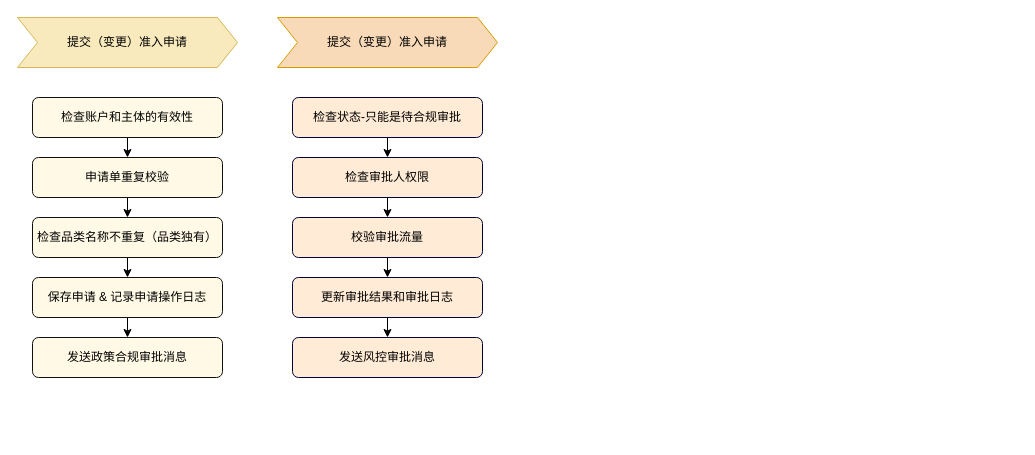
The draw.io diagram review/准入申请审批流程.drawio in IntronCheng/mydraw, before the edit. Source tidied: cells renumbered, new cells numbered last; positions are measured from the earlier drawing's top-left corner, leaving out a move shared by most shapes. Both pictures are drawn from the tidied source at 100%, with x=0, y=0 at pixel (17, 17).
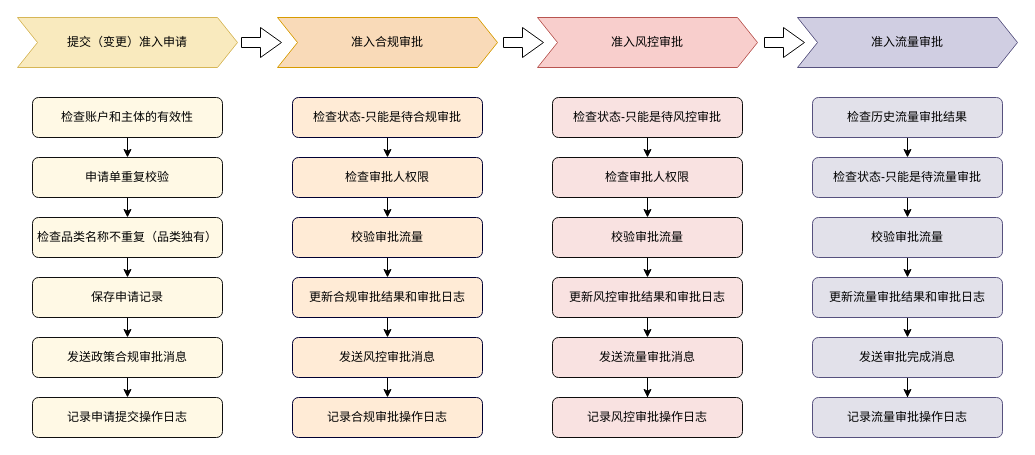
The same diagram, later.

Commit message:
更新准入申请审批流程.drawio

Unchanged cells that the change refers to:
```xml
<mxCell id="11" value="发送政策合规审批消息" style="rounded=1;whiteSpace=wrap;html=1;fillColor=#fff9e5;fontColor=default;strokeColor=#0f0f0f;" parent="1" vertex="1">
  <mxGeometry x="15" y="320" width="190" height="40" as="geometry" />
</mxCell>
<mxCell id="21" value="发送风控审批消息" style="rounded=1;whiteSpace=wrap;html=1;fillColor=#ffebd6;fontColor=default;strokeColor=#000033;" parent="1" vertex="1">
  <mxGeometry x="275" y="320" width="190" height="40" as="geometry" />
</mxCell>
```

Diff of the diagram source:
```diff
@@
-    <mxCell id="10" value="保存申请 &amp;amp; 记录申请操作日志" style="rounded=1;whiteSpace=wrap;html=1;fillColor=#fff9e5;fontColor=default;strokeColor=#0f0f0f;" parent="1" vertex="1">
+    <mxCell id="10" value="保存申请记录" style="rounded=1;whiteSpace=wrap;html=1;fillColor=#fff9e5;fontColor=default;strokeColor=#0f0f0f;" parent="1" vertex="1">
       <mxGeometry x="15" y="260" width="190" height="40" as="geometry" />
     </mxCell>
+    <mxCell id="22" style="edgeStyle=orthogonalEdgeStyle;rounded=0;jettySize=auto;html=1;exitX=0.5;exitY=1;exitDx=0;exitDy=0;entryX=0.5;entryY=0;entryDx=0;entryDy=0;" parent="1" edge="1" source="11" target="35">
+      <mxGeometry relative="1" as="geometry" />
+    </mxCell>
@@
-    <mxCell id="12" value="提交（变更）准入申请" style="shape=step;perimeter=stepPerimeter;whiteSpace=wrap;html=1;fixedSize=1;fillColor=#f9dab8;strokeColor=#d79b00;" parent="1" vertex="1">
+    <mxCell id="12" value="准入合规审批" style="shape=step;perimeter=stepPerimeter;whiteSpace=wrap;html=1;fixedSize=1;fillColor=#f9dab8;strokeColor=#d79b00;" parent="1" vertex="1">
       <mxGeometry x="260" width="220" height="50" as="geometry" />
     </mxCell>
@@
-    <mxCell id="20" value="更新审批结果和审批日志" style="rounded=1;whiteSpace=wrap;html=1;fillColor=#ffebd6;fontColor=default;strokeColor=#000033;" parent="1" vertex="1">
+    <mxCell id="20" value="更新合规审批结果和审批日志" style="rounded=1;whiteSpace=wrap;html=1;fillColor=#ffebd6;fontColor=default;strokeColor=#000033;" parent="1" vertex="1">
       <mxGeometry x="275" y="260" width="190" height="40" as="geometry" />
     </mxCell>
+    <mxCell id="23" style="edgeStyle=orthogonalEdgeStyle;rounded=0;jettySize=auto;html=1;exitX=0.5;exitY=1;exitDx=0;exitDy=0;entryX=0.5;entryY=0;entryDx=0;entryDy=0;" parent="1" edge="1" source="21" target="36">
+      <mxGeometry relative="1" as="geometry" />
+    </mxCell>
@@
+    <mxCell id="24" value="准入风控审批" style="shape=step;perimeter=stepPerimeter;whiteSpace=wrap;html=1;fixedSize=1;fillColor=#f8cecc;strokeColor=#b85450;" parent="1" vertex="1">
+      <mxGeometry x="520" width="220" height="50" as="geometry" />
+    </mxCell>
+    <mxCell id="25" style="edgeStyle=orthogonalEdgeStyle;rounded=0;jettySize=auto;html=1;exitX=0.5;exitY=1;exitDx=0;exitDy=0;entryX=0.5;entryY=0;entryDx=0;entryDy=0;" parent="1" edge="1" source="26" target="28">
+      <mxGeometry relative="1" as="geometry" />
+    </mxCell>
+    <mxCell id="26" value="&lt;div data-mind-map-text=&quot;[{&amp;quot;paragraphProps&amp;quot;:{&amp;quot;type&amp;quot;:&amp;quot;paragraph&amp;quot;,&amp;quot;textAlign&amp;quot;:0,&amp;quot;lineSpacing&amp;quot;:1.4},&amp;quot;isComplete&amp;quot;:true,&amp;quot;textProps&amp;quot;:[{&amp;quot;type&amp;quot;:&amp;quot;text&amp;quot;,&amp;quot;text&amp;quot;:&amp;quot;1. 检查状态-只能是待风控审批&amp;quot;,&amp;quot;color&amp;quot;:&amp;quot;#1f1f1f&amp;quot;,&amp;quot;fontWeight&amp;quot;:400,&amp;quot;fontSize&amp;quot;:14,&amp;quot;fontFamily&amp;quot;:&amp;quot;\&amp;quot;Helvetica Neue\&amp;quot;, Helvetica, \&amp;quot;PingFang SC\&amp;quot;, \&amp;quot;Microsoft YaHei\&amp;quot;, \&amp;quot;Source Han Sans SC\&amp;quot;, \&amp;quot;Noto Sans CJK SC\&amp;quot;, \&amp;quot;WenQuanYi Micro Hei\&amp;quot;, sans-serif&amp;quot;,&amp;quot;italic&amp;quot;:false,&amp;quot;underline&amp;quot;:false,&amp;quot;strike&amp;quot;:false}]}]&quot;&gt;检查状态-只能是待风控审批&lt;/div&gt;" style="rounded=1;whiteSpace=wrap;html=1;fillColor=#f9e2e1;strokeColor=#0d0c0c;" parent="1" vertex="1">
+      <mxGeometry x="535" y="80" width="190" height="40" as="geometry" />
+    </mxCell>
+    <mxCell id="27" style="edgeStyle=orthogonalEdgeStyle;rounded=0;jettySize=auto;html=1;exitX=0.5;exitY=1;exitDx=0;exitDy=0;entryX=0.5;entryY=0;entryDx=0;entryDy=0;" parent="1" edge="1" source="28" target="30">
+      <mxGeometry relative="1" as="geometry" />
+    </mxCell>
+    <mxCell id="28" value="&lt;div data-mind-map-text=&quot;[{&amp;quot;paragraphProps&amp;quot;:{&amp;quot;type&amp;quot;:&amp;quot;paragraph&amp;quot;,&amp;quot;textAlign&amp;quot;:0,&amp;quot;lineSpacing&amp;quot;:1.4},&amp;quot;isComplete&amp;quot;:true,&amp;quot;textProps&amp;quot;:[{&amp;quot;type&amp;quot;:&amp;quot;text&amp;quot;,&amp;quot;text&amp;quot;:&amp;quot;2. 检查审批人权限&amp;quot;,&amp;quot;color&amp;quot;:&amp;quot;#1f1f1f&amp;quot;,&amp;quot;fontWeight&amp;quot;:400,&amp;quot;fontSize&amp;quot;:14,&amp;quot;fontFamily&amp;quot;:&amp;quot;\&amp;quot;Helvetica Neue\&amp;quot;, Helvetica, \&amp;quot;PingFang SC\&amp;quot;, \&amp;quot;Microsoft YaHei\&amp;quot;, \&amp;quot;Source Han Sans SC\&amp;quot;, \&amp;quot;Noto Sans CJK SC\&amp;quot;, \&amp;quot;WenQuanYi Micro Hei\&amp;quot;, sans-serif&amp;quot;,&amp;quot;italic&amp;quot;:false,&amp;quot;underline&amp;quot;:false,&amp;quot;strike&amp;quot;:false}]}]&quot;&gt;检查审批人权限&lt;/div&gt;" style="rounded=1;whiteSpace=wrap;html=1;fillColor=#f9e2e1;fontColor=default;strokeColor=#0d0c0c;" parent="1" vertex="1">
+      <mxGeometry x="535" y="140" width="190" height="40" as="geometry" />
+    </mxCell>
+    <mxCell id="29" style="edgeStyle=orthogonalEdgeStyle;rounded=0;jettySize=auto;html=1;exitX=0.5;exitY=1;exitDx=0;exitDy=0;entryX=0.5;entryY=0;entryDx=0;entryDy=0;" parent="1" edge="1" source="30" target="32">
+      <mxGeometry relative="1" as="geometry" />
+    </mxCell>
+    <mxCell id="30" value="&lt;div data-mind-map-text=&quot;[{&amp;quot;paragraphProps&amp;quot;:{&amp;quot;type&amp;quot;:&amp;quot;paragraph&amp;quot;,&amp;quot;textAlign&amp;quot;:0,&amp;quot;lineSpacing&amp;quot;:1.4},&amp;quot;isComplete&amp;quot;:true,&amp;quot;textProps&amp;quot;:[{&amp;quot;type&amp;quot;:&amp;quot;text&amp;quot;,&amp;quot;text&amp;quot;:&amp;quot;3. 校验审批流量&amp;quot;,&amp;quot;color&amp;quot;:&amp;quot;#1f1f1f&amp;quot;,&amp;quot;fontWeight&amp;quot;:400,&amp;quot;fontSize&amp;quot;:14,&amp;quot;fontFamily&amp;quot;:&amp;quot;\&amp;quot;Helvetica Neue\&amp;quot;, Helvetica, \&amp;quot;PingFang SC\&amp;quot;, \&amp;quot;Microsoft YaHei\&amp;quot;, \&amp;quot;Source Han Sans SC\&amp;quot;, \&amp;quot;Noto Sans CJK SC\&amp;quot;, \&amp;quot;WenQuanYi Micro Hei\&amp;quot;, sans-serif&amp;quot;,&amp;quot;italic&amp;quot;:false,&amp;quot;underline&amp;quot;:false,&amp;quot;strike&amp;quot;:false}]}]&quot;&gt;校验审批流量&lt;/div&gt;" style="rounded=1;whiteSpace=wrap;html=1;fillColor=#f9e2e1;fontColor=default;strokeColor=#0d0c0c;" parent="1" vertex="1">
+      <mxGeometry x="535" y="200" width="190" height="40" as="geometry" />
+    </mxCell>
+    <mxCell id="31" style="edgeStyle=orthogonalEdgeStyle;rounded=0;jettySize=auto;html=1;exitX=0.5;exitY=1;exitDx=0;exitDy=0;entryX=0.5;entryY=0;entryDx=0;entryDy=0;" parent="1" edge="1" source="32" target="34">
+      <mxGeometry relative="1" as="geometry" />
+    </mxCell>
+    <mxCell id="32" value="&lt;div data-mind-map-text=&quot;[{&amp;quot;paragraphProps&amp;quot;:{&amp;quot;type&amp;quot;:&amp;quot;paragraph&amp;quot;,&amp;quot;textAlign&amp;quot;:0,&amp;quot;lineSpacing&amp;quot;:1.4},&amp;quot;isComplete&amp;quot;:true,&amp;quot;textProps&amp;quot;:[{&amp;quot;type&amp;quot;:&amp;quot;text&amp;quot;,&amp;quot;text&amp;quot;:&amp;quot;4. 更新风控审批结果&amp;quot;,&amp;quot;color&amp;quot;:&amp;quot;#1f1f1f&amp;quot;,&amp;quot;fontWeight&amp;quot;:400,&amp;quot;fontSize&amp;quot;:14,&amp;quot;fontFamily&amp;quot;:&amp;quot;\&amp;quot;Helvetica Neue\&amp;quot;, Helvetica, \&amp;quot;PingFang SC\&amp;quot;, \&amp;quot;Microsoft YaHei\&amp;quot;, \&amp;quot;Source Han Sans SC\&amp;quot;, \&amp;quot;Noto Sans CJK SC\&amp;quot;, \&amp;quot;WenQuanYi Micro Hei\&amp;quot;, sans-serif&amp;quot;,&amp;quot;italic&amp;quot;:false,&amp;quot;underline&amp;quot;:false,&amp;quot;strike&amp;quot;:false}]}]&quot;&gt;更新风控审批结果和审批日志&lt;/div&gt;" style="rounded=1;whiteSpace=wrap;html=1;fillColor=#f9e2e1;fontColor=default;strokeColor=#0d0c0c;" parent="1" vertex="1">
+      <mxGeometry x="535" y="260" width="190" height="40" as="geometry" />
+    </mxCell>
+    <mxCell id="33" style="edgeStyle=orthogonalEdgeStyle;rounded=0;jettySize=auto;html=1;exitX=0.5;exitY=1;exitDx=0;exitDy=0;" parent="1" edge="1" source="34" target="37">
+      <mxGeometry relative="1" as="geometry" />
+    </mxCell>
+    <mxCell id="34" value="发送流量审批消息" style="rounded=1;whiteSpace=wrap;html=1;fillColor=#f9e2e1;fontColor=default;strokeColor=#0d0c0c;" parent="1" vertex="1">
+      <mxGeometry x="535" y="320" width="190" height="40" as="geometry" />
+    </mxCell>
+    <mxCell id="35" value="记录申请提交操作日志" style="rounded=1;whiteSpace=wrap;html=1;fillColor=#fff9e5;fontColor=default;strokeColor=#0f0f0f;" parent="1" vertex="1">
+      <mxGeometry x="15" y="380" width="190" height="40" as="geometry" />
+    </mxCell>
+    <mxCell id="36" value="记录合规审批操作日志" style="rounded=1;whiteSpace=wrap;html=1;fillColor=#ffebd6;fontColor=default;strokeColor=#000033;" parent="1" vertex="1">
+      <mxGeometry x="275" y="380" width="190" height="40" as="geometry" />
+    </mxCell>
+    <mxCell id="37" value="记录风控审批操作日志" style="rounded=1;whiteSpace=wrap;html=1;fillColor=#f9e2e1;fontColor=default;strokeColor=#0d0c0c;" parent="1" vertex="1">
+      <mxGeometry x="535" y="380" width="190" height="40" as="geometry" />
+    </mxCell>
+    <mxCell id="38" value="准入流量审批" style="shape=step;perimeter=stepPerimeter;whiteSpace=wrap;html=1;fixedSize=1;fillColor=#d0cee2;strokeColor=#56517e;" parent="1" vertex="1">
+      <mxGeometry x="780" width="220" height="50" as="geometry" />
+    </mxCell>
+    <mxCell id="39" style="edgeStyle=orthogonalEdgeStyle;rounded=0;jettySize=auto;html=1;exitX=0.5;exitY=1;exitDx=0;exitDy=0;entryX=0.5;entryY=0;entryDx=0;entryDy=0;" parent="1" edge="1" source="40" target="42">
+      <mxGeometry relative="1" as="geometry" />
+    </mxCell>
+    <mxCell id="40" value="&lt;div data-mind-map-text=&quot;[{&amp;quot;paragraphProps&amp;quot;:{&amp;quot;type&amp;quot;:&amp;quot;paragraph&amp;quot;,&amp;quot;textAlign&amp;quot;:0,&amp;quot;lineSpacing&amp;quot;:1.4},&amp;quot;isComplete&amp;quot;:true,&amp;quot;textProps&amp;quot;:[{&amp;quot;type&amp;quot;:&amp;quot;text&amp;quot;,&amp;quot;text&amp;quot;:&amp;quot;1. 检查状态-只能是待风控审批&amp;quot;,&amp;quot;color&amp;quot;:&amp;quot;#1f1f1f&amp;quot;,&amp;quot;fontWeight&amp;quot;:400,&amp;quot;fontSize&amp;quot;:14,&amp;quot;fontFamily&amp;quot;:&amp;quot;\&amp;quot;Helvetica Neue\&amp;quot;, Helvetica, \&amp;quot;PingFang SC\&amp;quot;, \&amp;quot;Microsoft YaHei\&amp;quot;, \&amp;quot;Source Han Sans SC\&amp;quot;, \&amp;quot;Noto Sans CJK SC\&amp;quot;, \&amp;quot;WenQuanYi Micro Hei\&amp;quot;, sans-serif&amp;quot;,&amp;quot;italic&amp;quot;:false,&amp;quot;underline&amp;quot;:false,&amp;quot;strike&amp;quot;:false}]}]&quot;&gt;&lt;div data-mind-map-text=&quot;[{&amp;quot;paragraphProps&amp;quot;:{&amp;quot;type&amp;quot;:&amp;quot;paragraph&amp;quot;,&amp;quot;textAlign&amp;quot;:0,&amp;quot;lineSpacing&amp;quot;:1.4},&amp;quot;isComplete&amp;quot;:true,&amp;quot;textProps&amp;quot;:[{&amp;quot;type&amp;quot;:&amp;quot;text&amp;quot;,&amp;quot;text&amp;quot;:&amp;quot;1. 校验历史流量审批结果-没有任何通过或驳回的流量禁止提交&amp;quot;,&amp;quot;color&amp;quot;:&amp;quot;#1f1f1f&amp;quot;,&amp;quot;fontWeight&amp;quot;:400,&amp;quot;fontSize&amp;quot;:14,&amp;quot;fontFamily&amp;quot;:&amp;quot;\&amp;quot;Helvetica Neue\&amp;quot;, Helvetica, \&amp;quot;PingFang SC\&amp;quot;, \&amp;quot;Microsoft YaHei\&amp;quot;, \&amp;quot;Source Han Sans SC\&amp;quot;, \&amp;quot;Noto Sans CJK SC\&amp;quot;, \&amp;quot;WenQuanYi Micro Hei\&amp;quot;, sans-serif&amp;quot;,&amp;quot;italic&amp;quot;:false,&amp;quot;underline&amp;quot;:false,&amp;quot;strike&amp;quot;:false}]}]&quot;&gt;检查历史流量审批结果&lt;/div&gt;&lt;/div&gt;" style="rounded=1;whiteSpace=wrap;html=1;fillColor=#e2e1ea;strokeColor=#56517e;" parent="1" vertex="1">
+      <mxGeometry x="795" y="80" width="190" height="40" as="geometry" />
+    </mxCell>
+    <mxCell id="41" style="edgeStyle=orthogonalEdgeStyle;rounded=0;jettySize=auto;html=1;exitX=0.5;exitY=1;exitDx=0;exitDy=0;entryX=0.5;entryY=0;entryDx=0;entryDy=0;" parent="1" edge="1" source="42" target="44">
+      <mxGeometry relative="1" as="geometry" />
+    </mxCell>
+    <mxCell id="42" value="&lt;div data-mind-map-text=&quot;[{&amp;quot;paragraphProps&amp;quot;:{&amp;quot;type&amp;quot;:&amp;quot;paragraph&amp;quot;,&amp;quot;textAlign&amp;quot;:0,&amp;quot;lineSpacing&amp;quot;:1.4},&amp;quot;isComplete&amp;quot;:true,&amp;quot;textProps&amp;quot;:[{&amp;quot;type&amp;quot;:&amp;quot;text&amp;quot;,&amp;quot;text&amp;quot;:&amp;quot;2. 检查审批人权限&amp;quot;,&amp;quot;color&amp;quot;:&amp;quot;#1f1f1f&amp;quot;,&amp;quot;fontWeight&amp;quot;:400,&amp;quot;fontSize&amp;quot;:14,&amp;quot;fontFamily&amp;quot;:&amp;quot;\&amp;quot;Helvetica Neue\&amp;quot;, Helvetica, \&amp;quot;PingFang SC\&amp;quot;, \&amp;quot;Microsoft YaHei\&amp;quot;, \&amp;quot;Source Han Sans SC\&amp;quot;, \&amp;quot;Noto Sans CJK SC\&amp;quot;, \&amp;quot;WenQuanYi Micro Hei\&amp;quot;, sans-serif&amp;quot;,&amp;quot;italic&amp;quot;:false,&amp;quot;underline&amp;quot;:false,&amp;quot;strike&amp;quot;:false}]}]&quot;&gt;&lt;div data-mind-map-text=&quot;[{&amp;quot;paragraphProps&amp;quot;:{&amp;quot;type&amp;quot;:&amp;quot;paragraph&amp;quot;,&amp;quot;textAlign&amp;quot;:0,&amp;quot;lineSpacing&amp;quot;:1.4},&amp;quot;isComplete&amp;quot;:false,&amp;quot;textProps&amp;quot;:[{&amp;quot;type&amp;quot;:&amp;quot;text&amp;quot;,&amp;quot;text&amp;quot;:&amp;quot;检查状态-只能是待流量审批&amp;quot;,&amp;quot;color&amp;quot;:&amp;quot;#1f1f1f&amp;quot;,&amp;quot;fontWeight&amp;quot;:400,&amp;quot;fontSize&amp;quot;:14,&amp;quot;fontFamily&amp;quot;:&amp;quot;\&amp;quot;Helvetica Neue\&amp;quot;, Helvetica, \&amp;quot;PingFang SC\&amp;quot;, \&amp;quot;Microsoft YaHei\&amp;quot;, \&amp;quot;Source Han Sans SC\&amp;quot;, \&amp;quot;Noto Sans CJK SC\&amp;quot;, \&amp;quot;WenQuanYi Micro Hei\&amp;quot;, sans-serif&amp;quot;,&amp;quot;italic&amp;quot;:false,&amp;quot;underline&amp;quot;:false,&amp;quot;strike&amp;quot;:false}]}]&quot;&gt;检查状态-只能是待流量审批&lt;/div&gt;&lt;/div&gt;" style="rounded=1;whiteSpace=wrap;html=1;fillColor=#e2e1ea;fontColor=default;strokeColor=#56517e;" parent="1" vertex="1">
+      <mxGeometry x="795" y="140" width="190" height="40" as="geometry" />
+    </mxCell>
+    <mxCell id="43" style="edgeStyle=orthogonalEdgeStyle;rounded=0;jettySize=auto;html=1;exitX=0.5;exitY=1;exitDx=0;exitDy=0;entryX=0.5;entryY=0;entryDx=0;entryDy=0;" parent="1" edge="1" source="44" target="46">
+      <mxGeometry relative="1" as="geometry" />
+    </mxCell>
+    <mxCell id="44" value="&lt;div data-mind-map-text=&quot;[{&amp;quot;paragraphProps&amp;quot;:{&amp;quot;type&amp;quot;:&amp;quot;paragraph&amp;quot;,&amp;quot;textAlign&amp;quot;:0,&amp;quot;lineSpacing&amp;quot;:1.4},&amp;quot;isComplete&amp;quot;:true,&amp;quot;textProps&amp;quot;:[{&amp;quot;type&amp;quot;:&amp;quot;text&amp;quot;,&amp;quot;text&amp;quot;:&amp;quot;3. 校验审批流量&amp;quot;,&amp;quot;color&amp;quot;:&amp;quot;#1f1f1f&amp;quot;,&amp;quot;fontWeight&amp;quot;:400,&amp;quot;fontSize&amp;quot;:14,&amp;quot;fontFamily&amp;quot;:&amp;quot;\&amp;quot;Helvetica Neue\&amp;quot;, Helvetica, \&amp;quot;PingFang SC\&amp;quot;, \&amp;quot;Microsoft YaHei\&amp;quot;, \&amp;quot;Source Han Sans SC\&amp;quot;, \&amp;quot;Noto Sans CJK SC\&amp;quot;, \&amp;quot;WenQuanYi Micro Hei\&amp;quot;, sans-serif&amp;quot;,&amp;quot;italic&amp;quot;:false,&amp;quot;underline&amp;quot;:false,&amp;quot;strike&amp;quot;:false}]}]&quot;&gt;校验审批流量&lt;/div&gt;" style="rounded=1;whiteSpace=wrap;html=1;fillColor=#e2e1ea;fontColor=default;strokeColor=#56517e;" parent="1" vertex="1">
+      <mxGeometry x="795" y="200" width="190" height="40" as="geometry" />
+    </mxCell>
+    <mxCell id="45" style="edgeStyle=orthogonalEdgeStyle;rounded=0;jettySize=auto;html=1;exitX=0.5;exitY=1;exitDx=0;exitDy=0;entryX=0.5;entryY=0;entryDx=0;entryDy=0;" parent="1" edge="1" source="46" target="48">
+      <mxGeometry relative="1" as="geometry" />
+    </mxCell>
+    <mxCell id="46" value="&lt;div data-mind-map-text=&quot;[{&amp;quot;paragraphProps&amp;quot;:{&amp;quot;type&amp;quot;:&amp;quot;paragraph&amp;quot;,&amp;quot;textAlign&amp;quot;:0,&amp;quot;lineSpacing&amp;quot;:1.4},&amp;quot;isComplete&amp;quot;:true,&amp;quot;textProps&amp;quot;:[{&amp;quot;type&amp;quot;:&amp;quot;text&amp;quot;,&amp;quot;text&amp;quot;:&amp;quot;4. 更新风控审批结果&amp;quot;,&amp;quot;color&amp;quot;:&amp;quot;#1f1f1f&amp;quot;,&amp;quot;fontWeight&amp;quot;:400,&amp;quot;fontSize&amp;quot;:14,&amp;quot;fontFamily&amp;quot;:&amp;quot;\&amp;quot;Helvetica Neue\&amp;quot;, Helvetica, \&amp;quot;PingFang SC\&amp;quot;, \&amp;quot;Microsoft YaHei\&amp;quot;, \&amp;quot;Source Han Sans SC\&amp;quot;, \&amp;quot;Noto Sans CJK SC\&amp;quot;, \&amp;quot;WenQuanYi Micro Hei\&amp;quot;, sans-serif&amp;quot;,&amp;quot;italic&amp;quot;:false,&amp;quot;underline&amp;quot;:false,&amp;quot;strike&amp;quot;:false}]}]&quot;&gt;更新流量审批结果和审批日志&lt;/div&gt;" style="rounded=1;whiteSpace=wrap;html=1;fillColor=#e2e1ea;fontColor=default;strokeColor=#56517e;" parent="1" vertex="1">
+      <mxGeometry x="795" y="260" width="190" height="40" as="geometry" />
+    </mxCell>
+    <mxCell id="47" style="edgeStyle=orthogonalEdgeStyle;rounded=0;jettySize=auto;html=1;exitX=0.5;exitY=1;exitDx=0;exitDy=0;" parent="1" edge="1" source="48" target="49">
+      <mxGeometry relative="1" as="geometry" />
+    </mxCell>
+    <mxCell id="48" value="发送审批完成消息" style="rounded=1;whiteSpace=wrap;html=1;fillColor=#e2e1ea;fontColor=default;strokeColor=#56517e;" parent="1" vertex="1">
+      <mxGeometry x="795" y="320" width="190" height="40" as="geometry" />
+    </mxCell>
+    <mxCell id="49" value="记录流量审批操作日志" style="rounded=1;whiteSpace=wrap;html=1;fillColor=#e2e1ea;fontColor=default;strokeColor=#56517e;" parent="1" vertex="1">
+      <mxGeometry x="795" y="380" width="190" height="40" as="geometry" />
+    </mxCell>
+    <mxCell id="50" style="shape=singleArrow;whiteSpace=wrap;html=1;arrowWidth=0.3333333333333333;arrowSize=0.525;" parent="1" vertex="1">
+      <mxGeometry x="224" y="10" width="40" height="30" as="geometry" />
+    </mxCell>
+    <mxCell id="51" style="shape=singleArrow;whiteSpace=wrap;html=1;arrowWidth=0.3333333333333333;arrowSize=0.525;" parent="1" vertex="1">
+      <mxGeometry x="486" y="10" width="40" height="30" as="geometry" />
+    </mxCell>
+    <mxCell id="52" style="shape=singleArrow;whiteSpace=wrap;html=1;arrowWidth=0.3333333333333333;arrowSize=0.525;" parent="1" vertex="1">
+      <mxGeometry x="747" y="10" width="40" height="30" as="geometry" />
+    </mxCell>
```
